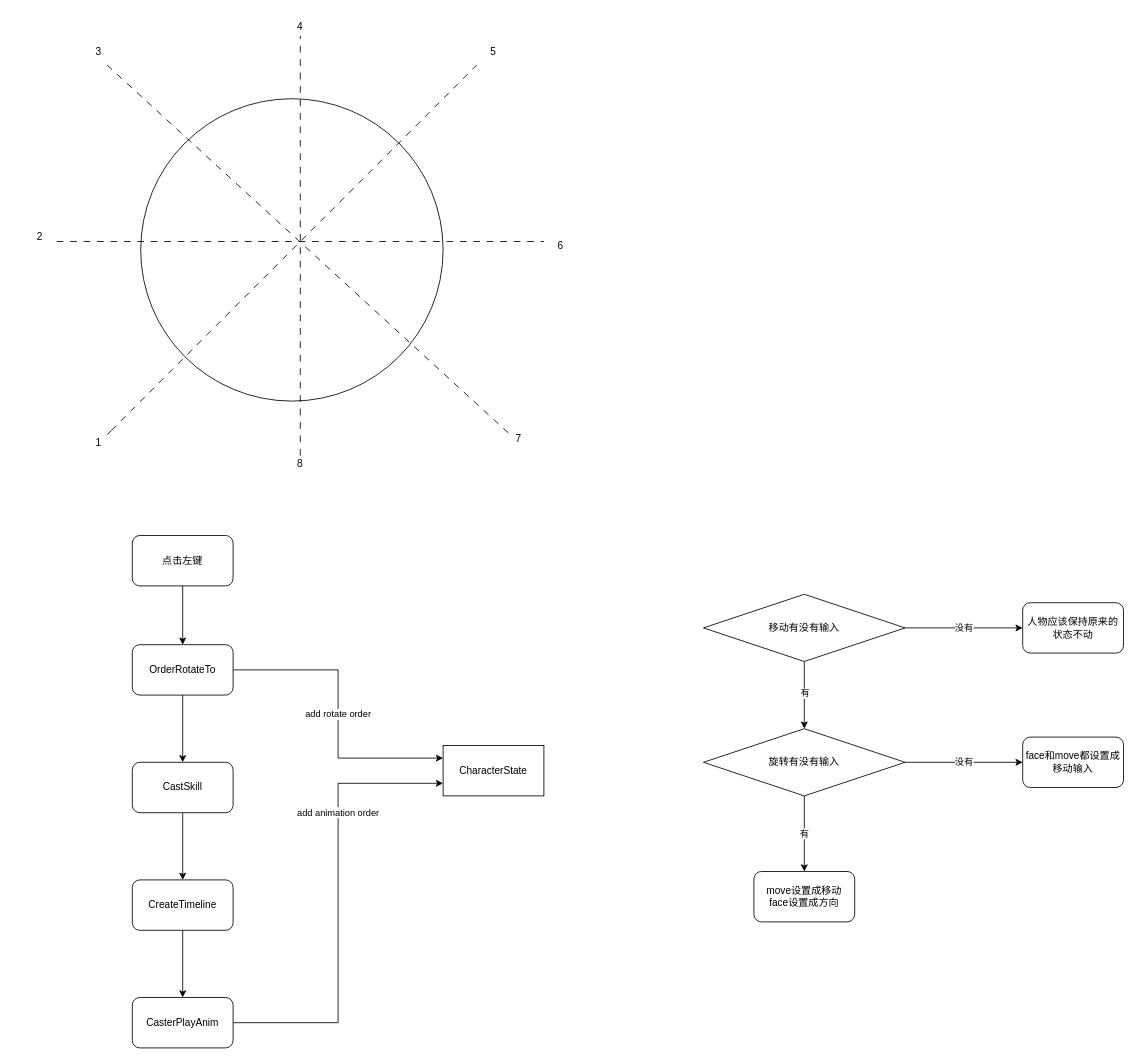
Earlier version of the draw.io diagram page "Move And Face" (11 of 11) of WarmWater.drawio (lancelodliu/draw.io). Source tidied: cells renumbered, new cells numbered last; positions are measured from the earlier drawing's top-left corner, leaving out a move shared by most shapes. Both pictures are drawn from the tidied source at 84%, with x=0, y=0 at pixel (14, 14).
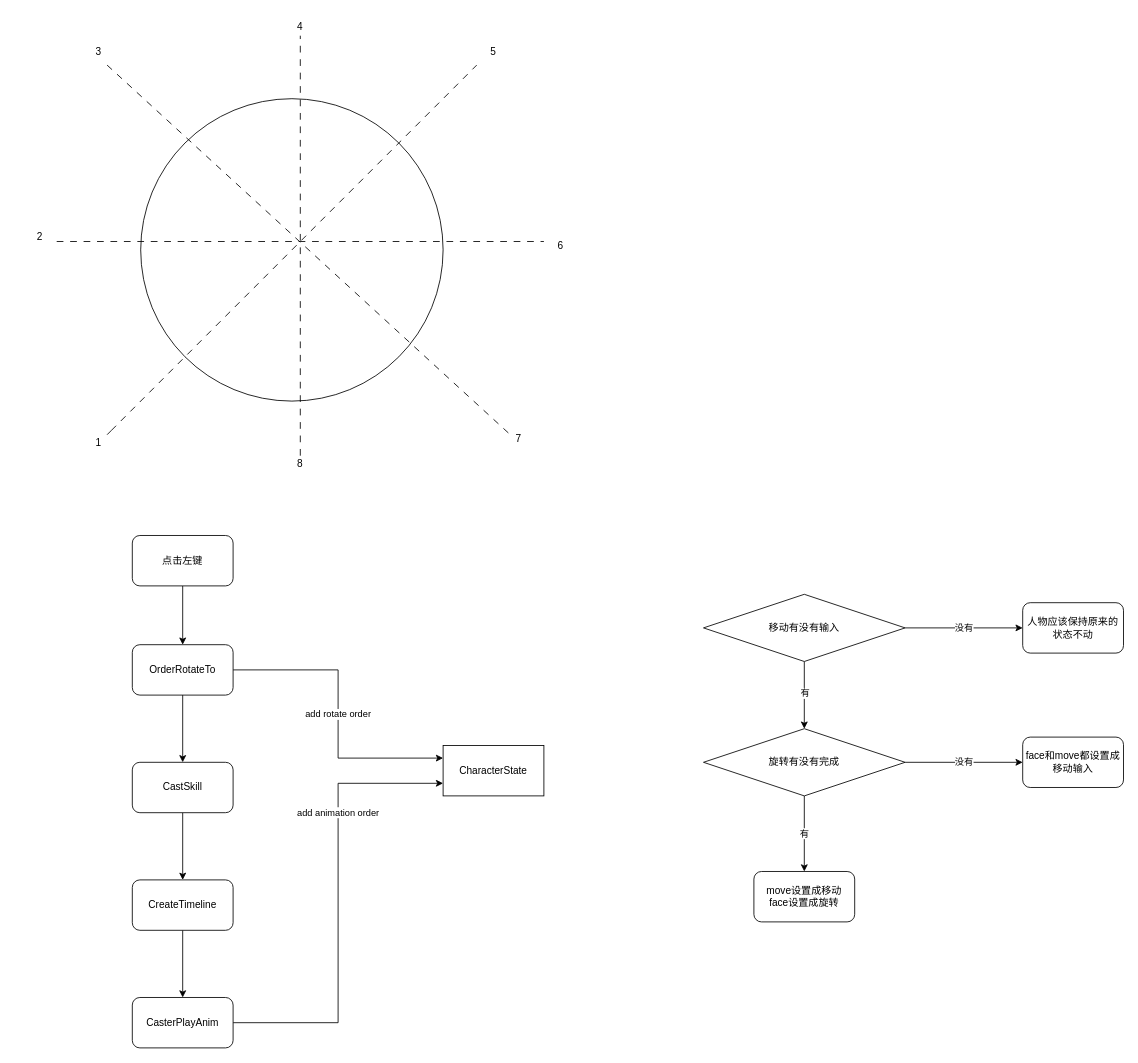
Above is the later version.

The edit, as a diff of the source:
```diff
@@
-    <mxCell id="32" value="旋转有没有输入" style="rhombus;whiteSpace=wrap;html=1;" parent="1" vertex="1">
+    <mxCell id="32" value="旋转有没有完成" style="rhombus;whiteSpace=wrap;html=1;" parent="1" vertex="1">
       <mxGeometry x="820" y="850" width="240" height="80" as="geometry" />
     </mxCell>
@@
-    <mxCell id="34" value="move设置成移动&lt;div&gt;face设置成方向&lt;/div&gt;" style="rounded=1;whiteSpace=wrap;html=1;" parent="1" vertex="1">
+    <mxCell id="34" value="move设置成移动&lt;div&gt;face设置成旋转&lt;/div&gt;" style="rounded=1;whiteSpace=wrap;html=1;" parent="1" vertex="1">
       <mxGeometry x="880" y="1020" width="120" height="60" as="geometry" />
     </mxCell>
```
